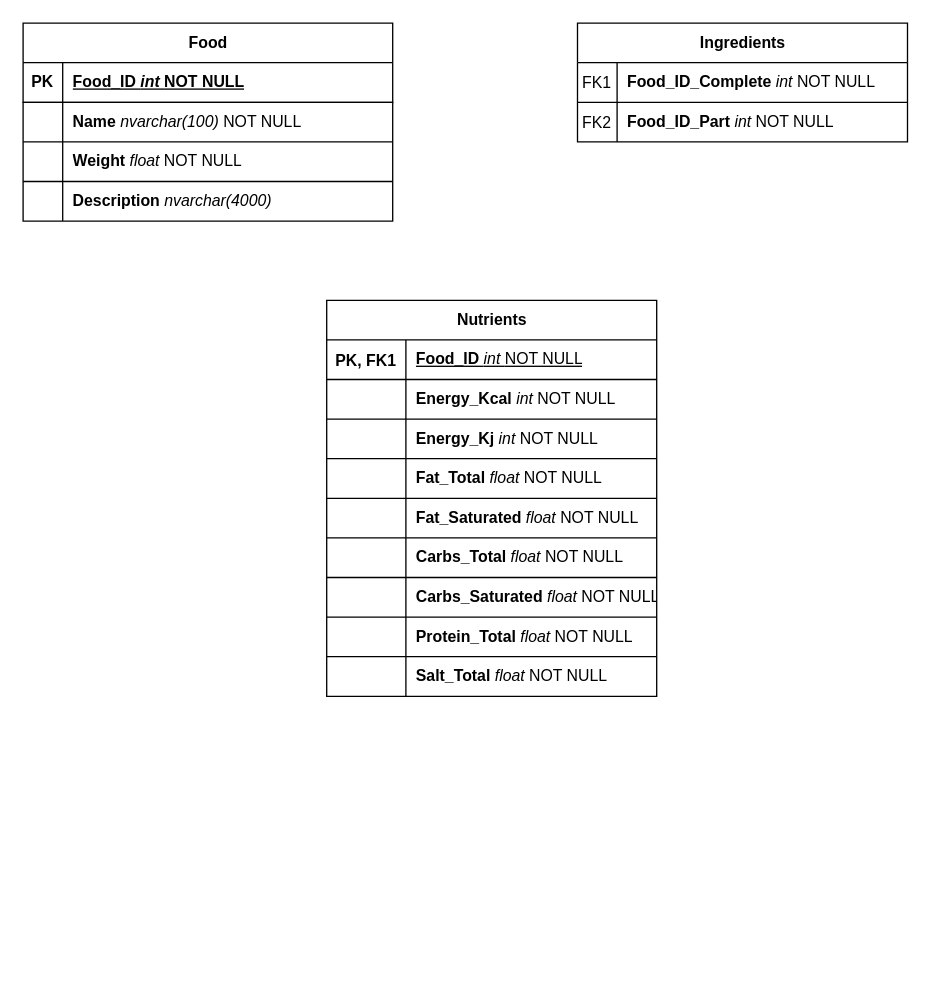
This is docs/Database/Database Food.drawio from dod0lp/Food-Database, a draw.io file, before an edit. Source tidied: cells renumbered, new cells numbered last; positions are measured from the earlier drawing's top-left corner, leaving out a move shared by most shapes. Both pictures are drawn from the tidied source at 132%, with x=0, y=0 at pixel (22, 22).
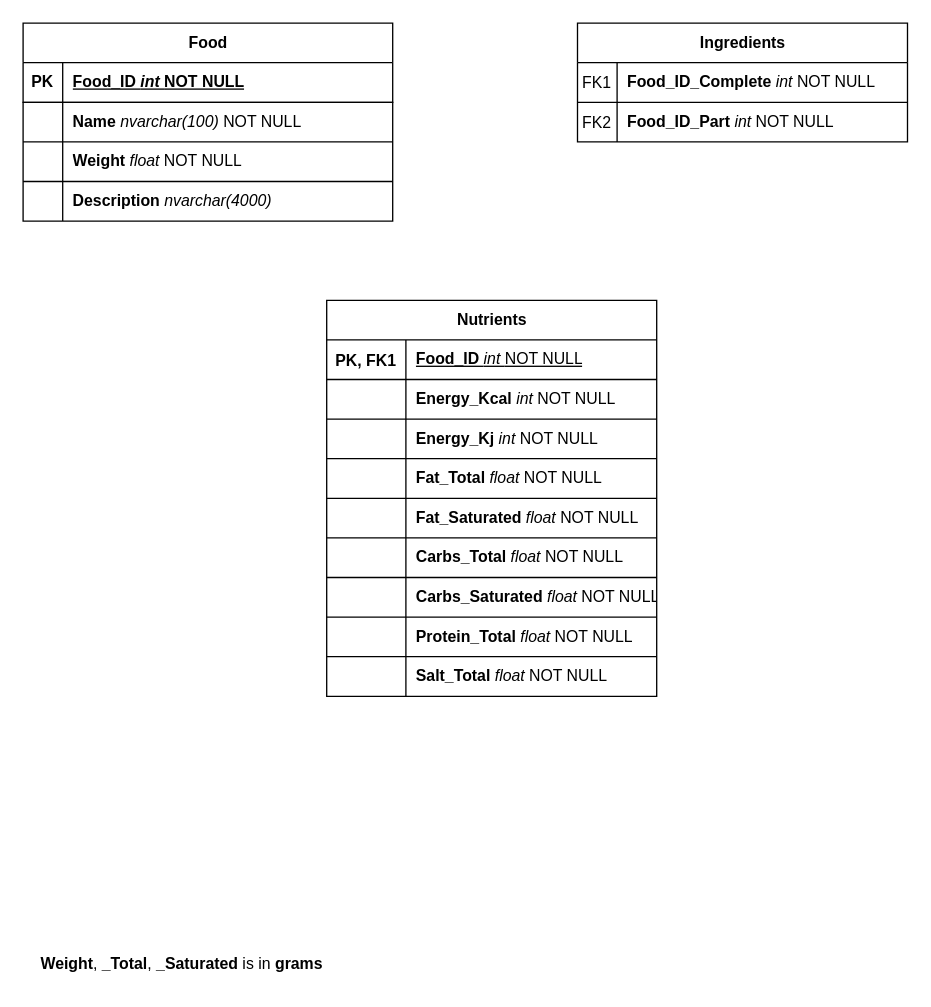
Above is the later version.

Commit message:
Added description for Weight - what unit they are supposed to be in

Change to the diagram source:
```diff
@@
+    <mxCell id="51" value="&lt;b&gt;Weight&lt;/b&gt;, &lt;b&gt;_Total&lt;/b&gt;, &lt;b&gt;_Saturated &lt;/b&gt;is in &lt;b&gt;grams&lt;/b&gt;" style="text;html=1;align=center;verticalAlign=middle;strokeColor=none;fillColor=none;" parent="1" vertex="1">
+      <mxGeometry y="698" width="240" height="30" as="geometry" />
+    </mxCell>
```
